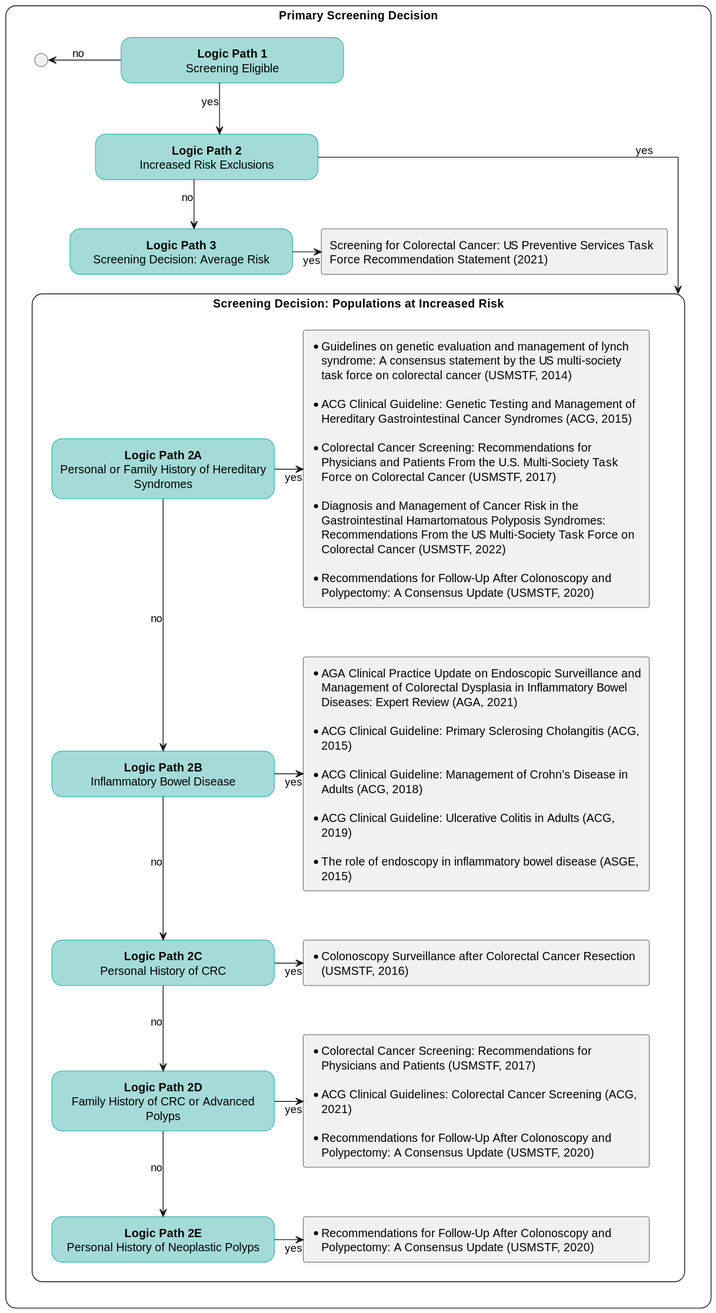
This is images/flow-HighLevelScreeningDecision.svg from ccsm-cds-tools/CDC-Colorectal-Cancer-Screening-CDS-L2, a PlantUML export, as it was before one commit.
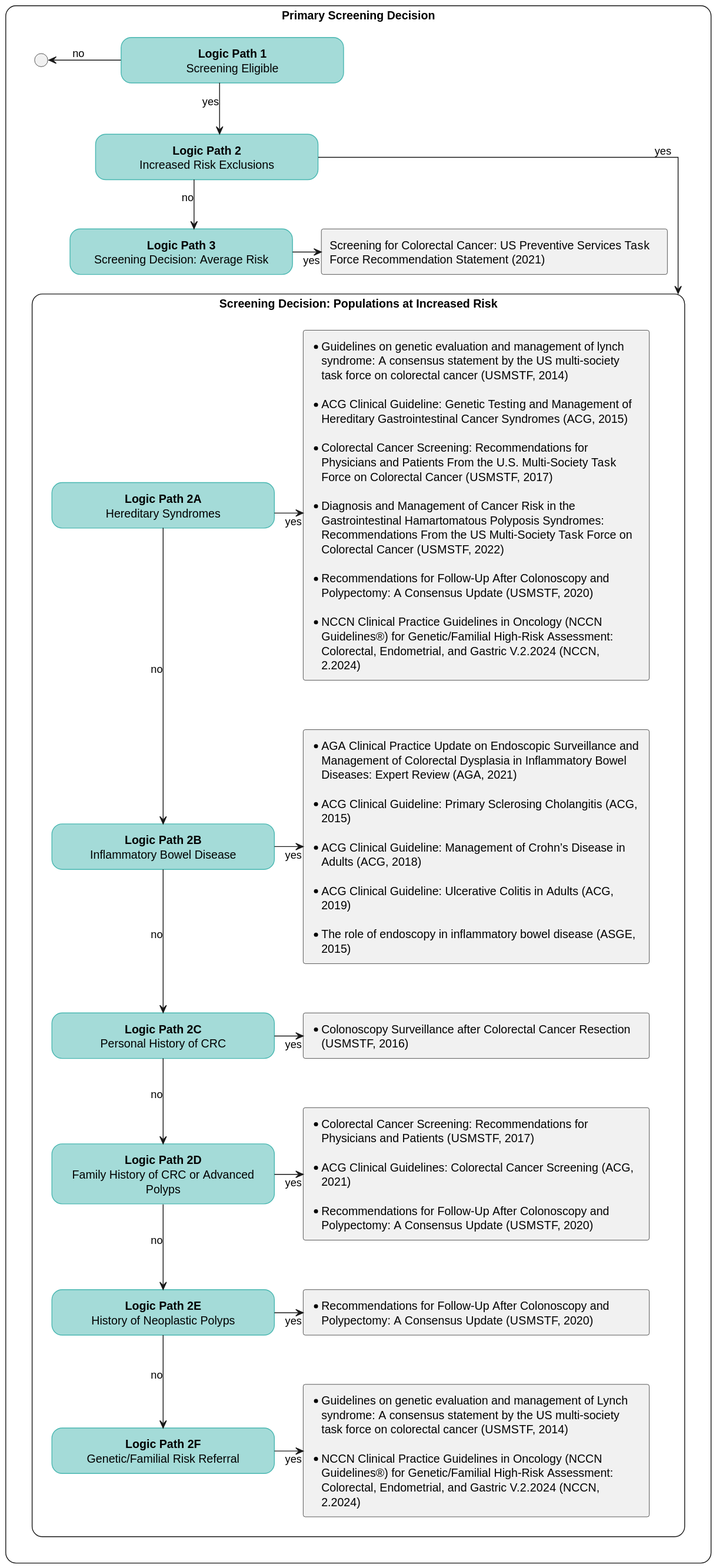
Above is the later version.

What changed in the source:
```diff
@@ -44,16 +44,18 @@
     circle "<U+0000>" as end_connector
 
     rectangle "**Screening Decision: Populations at Increased Risk**" <<main>> as increased_risk {
-    rectangle "**Logic Path 2A**\nPersonal or Family History of Hereditary Syndromes" <<roundbox>> as path_crc_syndromes
-        rectangle "*Guidelines on genetic evaluation and management of lynch syndrome: A consensus statement by the US multi-society task force on colorectal cancer (USMSTF, 2014)\n\n* ACG Clinical Guideline: Genetic Testing and Management of Hereditary Gastrointestinal Cancer Syndromes (ACG, 2015)\n\n* Colorectal Cancer Screening: Recommendations for Physicians and Patients From the U.S. Multi-Society Task Force on Colorectal Cancer (USMSTF, 2017)\n\n* Diagnosis and Management of Cancer Risk in the Gastrointestinal Hamartomatous Polyposis Syndromes: Recommendations From the US Multi-Society Task Force on Colorectal Cancer (USMSTF, 2022)\n\n* Recommendations for Follow-Up After Colonoscopy and Polypectomy: A Consensus Update (USMSTF, 2020)" <<citation>> as ref_syndromes
+    rectangle "**Logic Path 2A**\nHereditary Syndromes" <<roundbox>> as path_crc_syndromes
+        rectangle "*Guidelines on genetic evaluation and management of lynch syndrome: A consensus statement by the US multi-society task force on colorectal cancer (USMSTF, 2014)\n\n* ACG Clinical Guideline: Genetic Testing and Management of Hereditary Gastrointestinal Cancer Syndromes (ACG, 2015)\n\n* Colorectal Cancer Screening: Recommendations for Physicians and Patients From the U.S. Multi-Society Task Force on Colorectal Cancer (USMSTF, 2017)\n\n* Diagnosis and Management of Cancer Risk in the Gastrointestinal Hamartomatous Polyposis Syndromes: Recommendations From the US Multi-Society Task Force on Colorectal Cancer (USMSTF, 2022)\n\n* Recommendations for Follow-Up After Colonoscopy and Polypectomy: A Consensus Update (USMSTF, 2020)\n\n* NCCN Clinical Practice Guidelines in Oncology (NCCN Guidelines®) for Genetic/Familial High-Risk Assessment: Colorectal, Endometrial, and Gastric V.2.2024 (NCCN, 2.2024)" <<citation>> as ref_syndromes
     rectangle "**Logic Path 2B**\nInflammatory Bowel Disease" <<roundbox>> as path_ibd
         rectangle "*AGA Clinical Practice Update on Endoscopic Surveillance and Management of Colorectal Dysplasia in Inflammatory Bowel Diseases: Expert Review (AGA, 2021)\n\n* ACG Clinical Guideline: Primary Sclerosing Cholangitis (ACG, 2015)\n\n* ACG Clinical Guideline: Management of Crohn’s Disease in Adults (ACG, 2018)\n\n* ACG Clinical Guideline: Ulcerative Colitis in Adults (ACG, 2019)\n\n* The role of endoscopy in inflammatory bowel disease (ASGE, 2015)" <<citation>> as ref_ibd
     rectangle "**Logic Path 2C**\nPersonal History of CRC" <<roundbox>> as path_hx_crc
         rectangle "*Colonoscopy Surveillance after Colorectal Cancer Resection (USMSTF, 2016)" <<citation>> <<red>> as ref_usmstf_crc
     rectangle "**Logic Path 2D**\nFamily History of CRC or Advanced Polyps" <<roundbox>> as path_fam_hx_crc
         rectangle "*Colorectal Cancer Screening: Recommendations for Physicians and Patients (USMSTF, 2017)\n\n* ACG Clinical Guidelines: Colorectal Cancer Screening (ACG, 2021)\n\n* Recommendations for Follow-Up After Colonoscopy and Polypectomy: A Consensus Update (USMSTF, 2020)" <<citation>> as ref_fam_hx_crc
-    rectangle "**Logic Path 2E**\nPersonal History of Neoplastic Polyps" <<roundbox>> as path_polyps
+    rectangle "**Logic Path 2E**\nHistory of Neoplastic Polyps" <<roundbox>> as path_polyps
         rectangle "*Recommendations for Follow-Up After Colonoscopy and Polypectomy: A Consensus Update (USMSTF, 2020)" <<citation>> as ref_usmstf_polyps
+    rectangle "**Logic Path 2F**\nGenetic/Familial Risk Referral" <<roundbox>> as path_genetic_risk
+        rectangle "*Guidelines on genetic evaluation and management of Lynch syndrome: A consensus statement by the US multi-society task force on colorectal cancer (USMSTF, 2014)\n\n* NCCN Clinical Practice Guidelines in Oncology (NCCN Guidelines®) for Genetic/Familial High-Risk Assessment: Colorectal, Endometrial, and Gastric V.2.2024 (NCCN, 2.2024)" <<citation>> as ref_genetic_risk
 
     path_crc_syndromes -d-> path_ibd: no
     path_crc_syndromes -r-> ref_syndromes: yes
@@ -63,7 +65,9 @@
     path_hx_crc -r-> ref_usmstf_crc: yes
     path_fam_hx_crc -d-> path_polyps: no
     path_fam_hx_crc -r-> ref_fam_hx_crc: yes
+    path_polyps -d-> path_genetic_risk: no
     path_polyps -r-> ref_usmstf_polyps: yes
+    path_genetic_risk -r-> ref_genetic_risk: yes
     }
 
     path_eligible -d-> path_inc_risk_exc: yes
```
